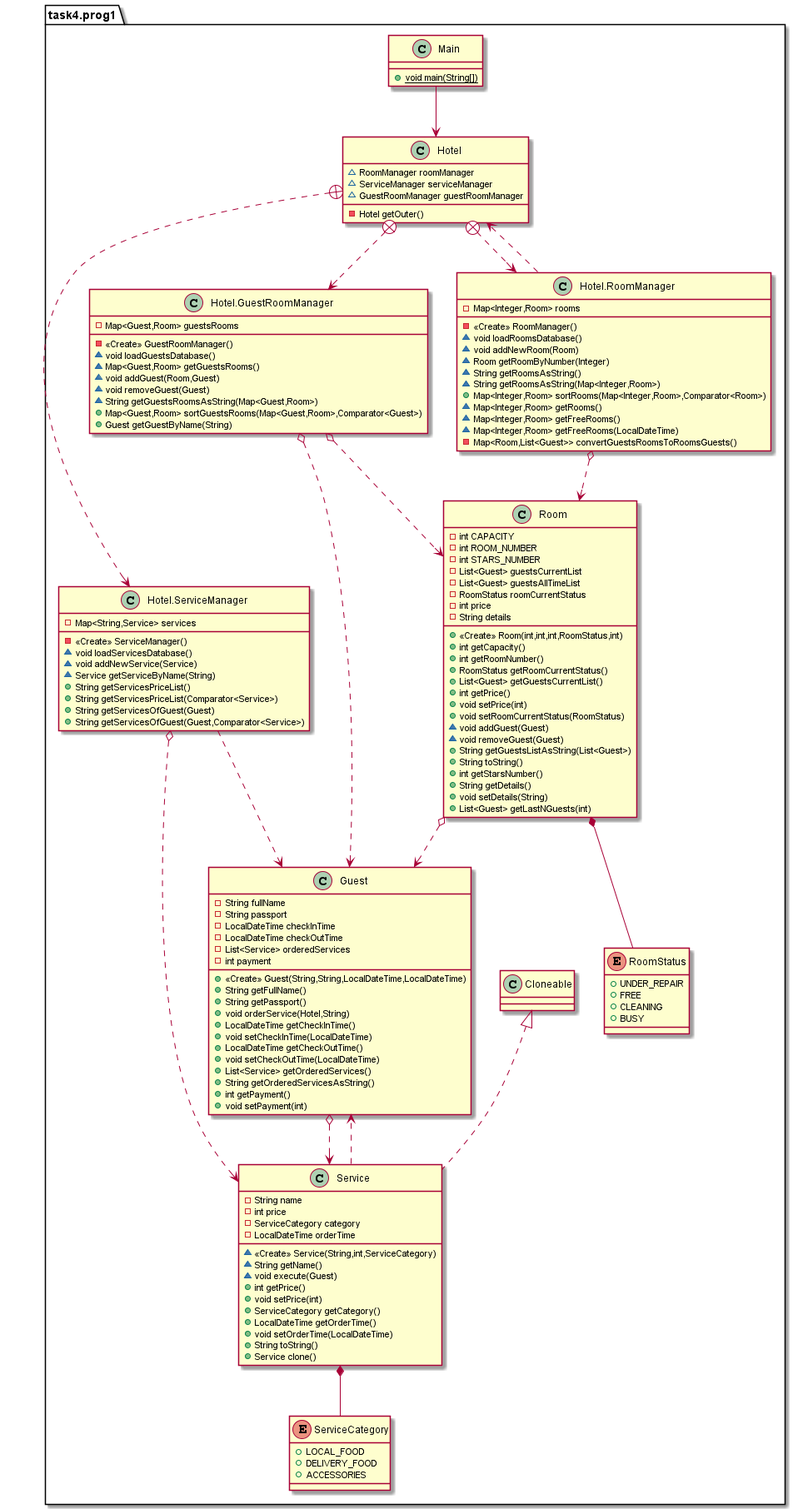
This is src/task4/prog1/HotelDiagram.png from 20cognosce/SenlaProject, a PlantUML export, as it was before one commit.
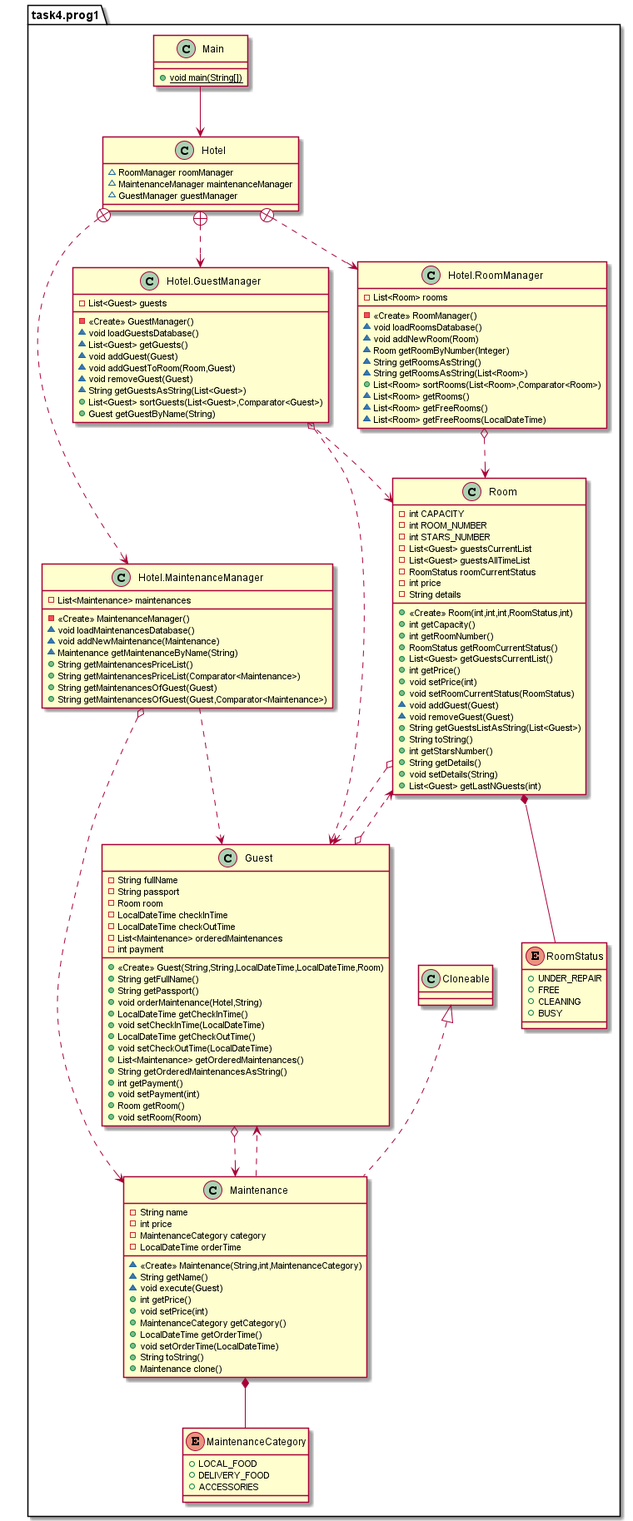
The same file after the commit.

Diff of the diagram source:
```diff
@@ -1,70 +1,83 @@
 @startuml
 class task4.prog1.Hotel {
 ~ RoomManager roomManager
-~ ServiceManager serviceManager
-~ GuestRoomManager guestRoomManager
-- Hotel getOuter()
+~ MaintenanceManager maintenanceManager
+~ GuestManager guestManager
 }
 class task4.prog1.Hotel.RoomManager {
-- Map<Integer,Room> rooms
+- List<Room> rooms
 - <<Create>> RoomManager()
 ~ void loadRoomsDatabase()
 ~ void addNewRoom(Room)
 ~ Room getRoomByNumber(Integer)
 ~ String getRoomsAsString()
-~ String getRoomsAsString(Map<Integer,Room>)
-+ Map<Integer,Room> sortRooms(Map<Integer,Room>,Comparator<Room>)
-~ Map<Integer,Room> getRooms()
-~ Map<Integer,Room> getFreeRooms()
-~ Map<Integer,Room> getFreeRooms(LocalDateTime)
-- Map<Room,List<Guest>> convertGuestsRoomsToRoomsGuests()
+~ String getRoomsAsString(List<Room>)
++ List<Room> sortRooms(List<Room>,Comparator<Room>)
+~ List<Room> getRooms()
+~ List<Room> getFreeRooms()
+~ List<Room> getFreeRooms(LocalDateTime)
 }
-class task4.prog1.Hotel.ServiceManager {
-- Map<String,Service> services
-- <<Create>> ServiceManager()
-~ void loadServicesDatabase()
-~ void addNewService(Service)
-~ Service getServiceByName(String)
-+ String getServicesPriceList()
-+ String getServicesPriceList(Comparator<Service>)
-+ String getServicesOfGuest(Guest)
-+ String getServicesOfGuest(Guest,Comparator<Service>)
+class task4.prog1.Hotel.MaintenanceManager {
+- List<Maintenance> maintenances
+- <<Create>> MaintenanceManager()
+~ void loadMaintenancesDatabase()
+~ void addNewMaintenance(Maintenance)
+~ Maintenance getMaintenanceByName(String)
++ String getMaintenancesPriceList()
++ String getMaintenancesPriceList(Comparator<Maintenance>)
++ String getMaintenancesOfGuest(Guest)
++ String getMaintenancesOfGuest(Guest,Comparator<Maintenance>)
 }
-class task4.prog1.Hotel.GuestRoomManager {
-- Map<Guest,Room> guestsRooms
-- <<Create>> GuestRoomManager()
+class task4.prog1.Hotel.GuestManager {
+- List<Guest> guests
+- <<Create>> GuestManager()
 ~ void loadGuestsDatabase()
-~ Map<Guest,Room> getGuestsRooms()
-~ void addGuest(Room,Guest)
+~ List<Guest> getGuests()
+~ void addGuest(Guest)
+~ void addGuestToRoom(Room,Guest)
 ~ void removeGuest(Guest)
-~ String getGuestsRoomsAsString(Map<Guest,Room>)
-+ Map<Guest,Room> sortGuestsRooms(Map<Guest,Room>,Comparator<Guest>)
+~ String getGuestsAsString(List<Guest>)
++ List<Guest> sortGuests(List<Guest>,Comparator<Guest>)
 + Guest getGuestByName(String)
 }
 class task4.prog1.Guest {
 - String fullName
 - String passport
+- Room room
 - LocalDateTime checkInTime
 - LocalDateTime checkOutTime
-- List<Service> orderedServices
+- List<Maintenance> orderedMaintenances
 - int payment
-+ <<Create>> Guest(String,String,LocalDateTime,LocalDateTime)
++ <<Create>> Guest(String,String,LocalDateTime,LocalDateTime,Room)
 + String getFullName()
 + String getPassport()
-+ void orderService(Hotel,String)
++ void orderMaintenance(Hotel,String)
 + LocalDateTime getCheckInTime()
 + void setCheckInTime(LocalDateTime)
 + LocalDateTime getCheckOutTime()
 + void setCheckOutTime(LocalDateTime)
-+ List<Service> getOrderedServices()
-+ String getOrderedServicesAsString()
++ List<Maintenance> getOrderedMaintenances()
++ String getOrderedMaintenancesAsString()
 + int getPayment()
 + void setPayment(int)
++ Room getRoom()
++ void setRoom(Room)
 }
-enum task4.prog1.ServiceCategory {
-+  LOCAL_FOOD
-+  DELIVERY_FOOD
-+  ACCESSORIES
+class task4.prog1.Maintenance {
+- String name
+- int price
+- MaintenanceCategory category
+- LocalDateTime orderTime
+~ <<Create>> Maintenance(String,int,MaintenanceCategory)
+~ String getName()
+~ void execute(Guest)
++ int getPrice()
++ void setPrice(int)
++ MaintenanceCategory getCategory()
++ LocalDateTime getOrderTime()
++ void setOrderTime(LocalDateTime)
++ String toString()
++ Maintenance clone()
 }
 class task4.prog1.Room {
 - int CAPACITY
@@ -95,21 +108,10 @@
 class task4.prog1.Main {
 + {static} void main(String[])
 }
-class task4.prog1.Service {
-- String name
-- int price
-- ServiceCategory category
-- LocalDateTime orderTime
-~ <<Create>> Service(String,int,ServiceCategory)
-~ String getName()
-~ void execute(Guest)
-+ int getPrice()
-+ void setPrice(int)
-+ ServiceCategory getCategory()
-+ LocalDateTime getOrderTime()
-+ void setOrderTime(LocalDateTime)
-+ String toString()
-+ Service clone()
+enum task4.prog1.MaintenanceCategory {
++  LOCAL_FOOD
++  DELIVERY_FOOD
++  ACCESSORIES
 }
 enum task4.prog1.RoomStatus {
 +  UNDER_REPAIR
@@ -120,19 +122,19 @@
 
 
 task4.prog1.Hotel +..> task4.prog1.Hotel.RoomManager
-task4.prog1.Hotel +..> task4.prog1.Hotel.ServiceManager
-task4.prog1.Hotel +..> task4.prog1.Hotel.GuestRoomManager
-task4.prog1.Cloneable <|.. task4.prog1.Service
-task4.prog1.Hotel.ServiceManager o..> task4.prog1.Service
-task4.prog1.Service *-- task4.prog1.ServiceCategory
+task4.prog1.Hotel +..> task4.prog1.Hotel.MaintenanceManager
+task4.prog1.Hotel +..> task4.prog1.Hotel.GuestManager
+task4.prog1.Cloneable <|.. task4.prog1.Maintenance
+task4.prog1.Hotel.MaintenanceManager o..> task4.prog1.Maintenance
+task4.prog1.Maintenance *-- task4.prog1.MaintenanceCategory
 task4.prog1.Room *-- task4.prog1.RoomStatus
 task4.prog1.Hotel.RoomManager o..> task4.prog1.Room
-task4.prog1.Hotel.GuestRoomManager o..> task4.prog1.Room
-task4.prog1.Hotel.GuestRoomManager o..> task4.prog1.Guest
+task4.prog1.Hotel.GuestManager ..> task4.prog1.Room
+task4.prog1.Hotel.GuestManager o..> task4.prog1.Guest
 task4.prog1.Main --> task4.prog1.Hotel
-task4.prog1.Hotel.ServiceManager ..> task4.prog1.Guest
-task4.prog1.Hotel.RoomManager ..> task4.prog1.Hotel
-task4.prog1.Service ..> task4.prog1.Guest
-task4.prog1.Guest o..> task4.prog1.Service
+task4.prog1.Hotel.MaintenanceManager ..> task4.prog1.Guest
+task4.prog1.Maintenance ..> task4.prog1.Guest
+task4.prog1.Guest o..> task4.prog1.Maintenance
 task4.prog1.Room o..> task4.prog1.Guest
+task4.prog1.Guest o..> task4.prog1.Room
 @enduml
```
